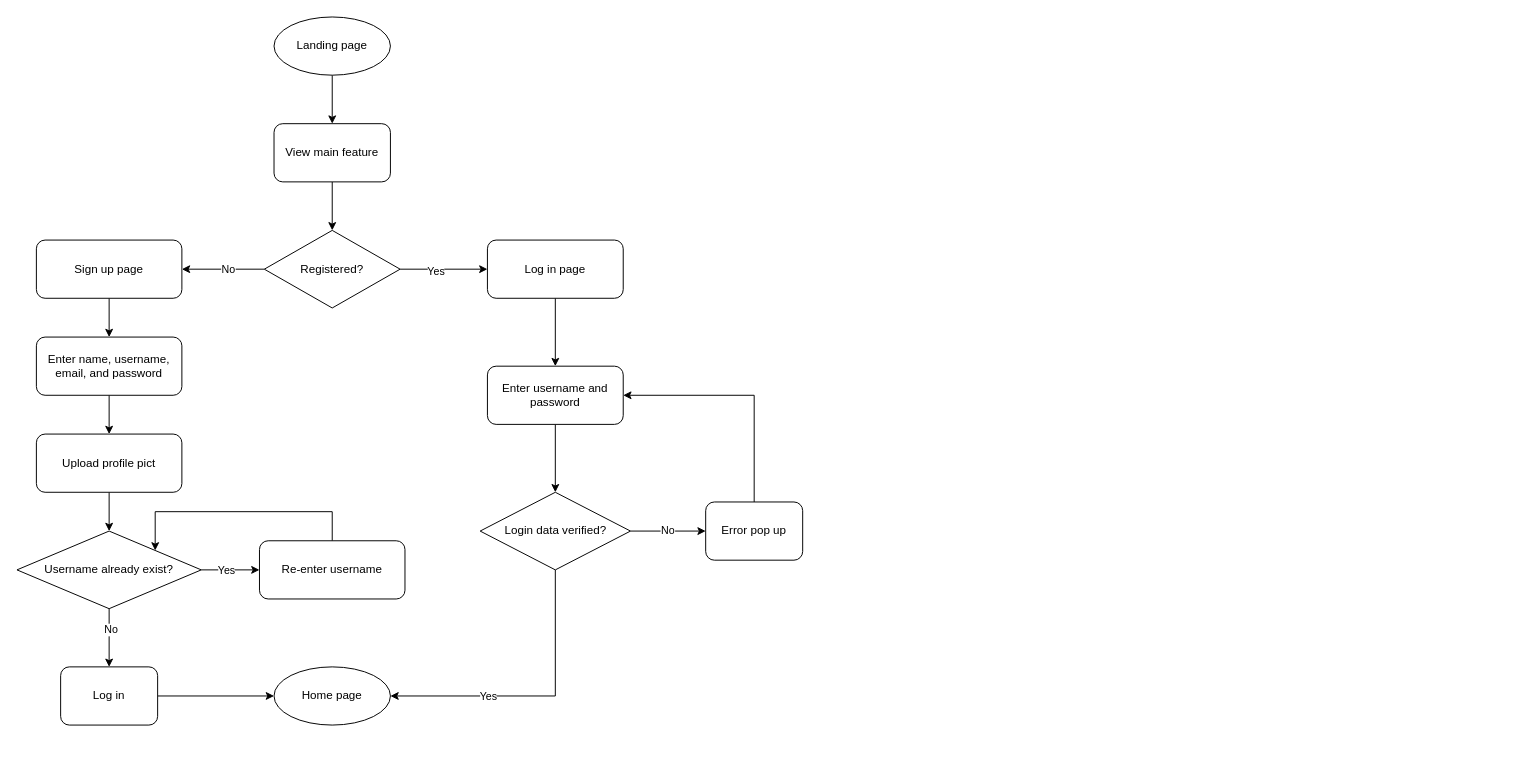
Above: page "User Flow Diagram" (4 of 4) of re-sfx.drawio in hieraar/re-sfx (draw.io), before the change. Source tidied: cells renumbered, new cells numbered last; positions are measured from the earlier drawing's top-left corner, leaving out a move shared by most shapes. Both pictures are drawn from the tidied source at 97%, with x=0, y=0 at pixel (16, 16).
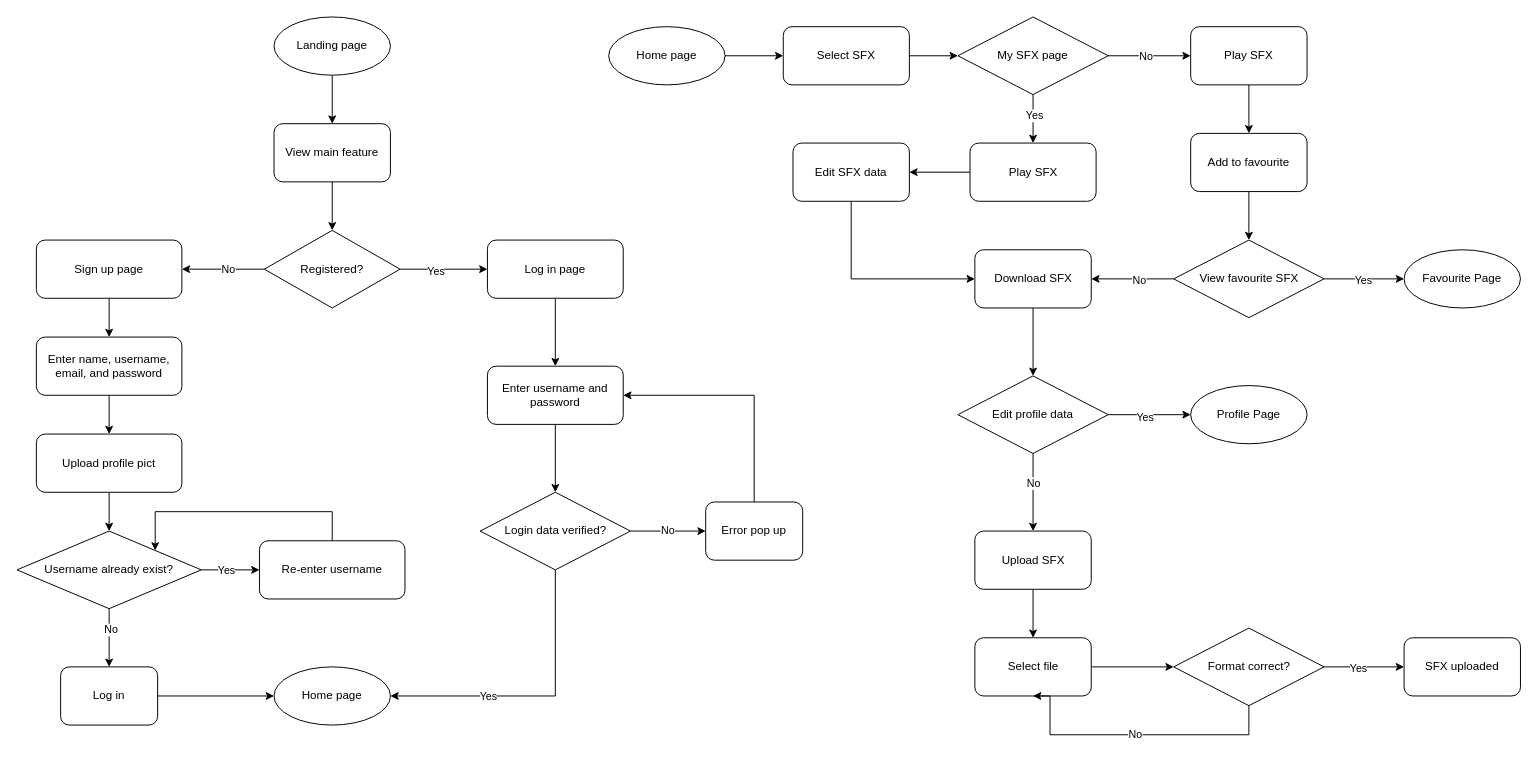
The same diagram, later.

Change to the diagram source:
```diff
@@
+    <mxCell id="38" style="edgeStyle=orthogonalEdgeStyle;rounded=0;jettySize=auto;html=1;entryX=0.5;entryY=0;entryDx=0;entryDy=0;" parent="1" edge="1" source="39" target="44">
+      <mxGeometry relative="1" as="geometry">
+        <Array as="points">
+          <mxPoint x="1270" y="110" />
+          <mxPoint x="1270" y="110" />
+        </Array>
+      </mxGeometry>
+    </mxCell>
+    <mxCell id="39" value="Play SFX" style="rounded=1;whiteSpace=wrap;html=1;" parent="1" vertex="1">
+      <mxGeometry x="1210" y="10" width="120" height="60" as="geometry" />
+    </mxCell>
+    <mxCell id="40" style="edgeStyle=orthogonalEdgeStyle;rounded=0;jettySize=auto;html=1;" parent="1" edge="1" source="74" target="39">
+      <mxGeometry relative="1" as="geometry" />
+    </mxCell>
+    <mxCell id="41" value="No" style="edgeLabel;html=1;align=center;verticalAlign=middle;" parent="40" vertex="1">
+      <mxGeometry x="-0.11" y="1" relative="1" as="geometry">
+        <mxPoint y="1" as="offset" />
+      </mxGeometry>
+    </mxCell>
+    <mxCell id="42" value="Select SFX" style="rounded=1;whiteSpace=wrap;html=1;" parent="1" vertex="1">
+      <mxGeometry x="790" y="10" width="130" height="60" as="geometry" />
+    </mxCell>
+    <mxCell id="43" style="edgeStyle=orthogonalEdgeStyle;rounded=0;jettySize=auto;html=1;entryX=0.5;entryY=0;entryDx=0;entryDy=0;" parent="1" edge="1" source="44" target="57">
+      <mxGeometry relative="1" as="geometry" />
+    </mxCell>
+    <mxCell id="44" value="Add to favourite" style="rounded=1;whiteSpace=wrap;html=1;" parent="1" vertex="1">
+      <mxGeometry x="1210" y="120" width="120" height="60" as="geometry" />
+    </mxCell>
+    <mxCell id="45" style="edgeStyle=orthogonalEdgeStyle;rounded=0;jettySize=auto;html=1;entryX=0.5;entryY=0;entryDx=0;entryDy=0;" parent="1" edge="1" source="46" target="62">
+      <mxGeometry relative="1" as="geometry" />
+    </mxCell>
+    <mxCell id="46" value="Download SFX" style="rounded=1;whiteSpace=wrap;html=1;" parent="1" vertex="1">
+      <mxGeometry x="987.5" y="240" width="120" height="60" as="geometry" />
+    </mxCell>
+    <mxCell id="47" style="edgeStyle=orthogonalEdgeStyle;rounded=0;jettySize=auto;html=1;entryX=0;entryY=0.5;entryDx=0;entryDy=0;" parent="1" edge="1" source="48" target="42">
+      <mxGeometry relative="1" as="geometry" />
+    </mxCell>
+    <mxCell id="48" value="Home page" style="ellipse;whiteSpace=wrap;html=1;" parent="1" vertex="1">
+      <mxGeometry x="610" y="10" width="120" height="60" as="geometry" />
+    </mxCell>
+    <mxCell id="49" style="edgeStyle=orthogonalEdgeStyle;rounded=0;jettySize=auto;html=1;entryX=0;entryY=0.5;entryDx=0;entryDy=0;exitX=1;exitY=0.5;exitDx=0;exitDy=0;" parent="1" edge="1" source="57" target="53">
+      <mxGeometry relative="1" as="geometry" />
+    </mxCell>
+    <mxCell id="50" value="Yes" style="edgeLabel;html=1;align=center;verticalAlign=middle;" parent="49" vertex="1">
+      <mxGeometry x="-0.04" y="-1" relative="1" as="geometry" />
+    </mxCell>
+    <mxCell id="51" style="edgeStyle=orthogonalEdgeStyle;rounded=0;jettySize=auto;html=1;entryX=0.5;entryY=0;entryDx=0;entryDy=0;" parent="1" edge="1" source="52" target="64">
+      <mxGeometry relative="1" as="geometry" />
+    </mxCell>
+    <mxCell id="52" value="Upload SFX" style="rounded=1;whiteSpace=wrap;html=1;" parent="1" vertex="1">
+      <mxGeometry x="987.5" y="530" width="120" height="60" as="geometry" />
+    </mxCell>
+    <mxCell id="53" value="Favourite Page" style="ellipse;whiteSpace=wrap;html=1;" parent="1" vertex="1">
+      <mxGeometry x="1430" y="240" width="120" height="60" as="geometry" />
+    </mxCell>
+    <mxCell id="54" value="Profile Page" style="ellipse;whiteSpace=wrap;html=1;" parent="1" vertex="1">
+      <mxGeometry x="1210" y="380" width="120" height="60" as="geometry" />
+    </mxCell>
+    <mxCell id="55" style="edgeStyle=orthogonalEdgeStyle;rounded=0;jettySize=auto;html=1;entryX=1;entryY=0.5;entryDx=0;entryDy=0;" parent="1" edge="1" source="57" target="46">
+      <mxGeometry relative="1" as="geometry" />
+    </mxCell>
+    <mxCell id="56" value="No" style="edgeLabel;html=1;align=center;verticalAlign=middle;" parent="55" vertex="1">
+      <mxGeometry x="-0.15" y="1" relative="1" as="geometry" />
+    </mxCell>
+    <mxCell id="57" value="View favourite SFX" style="rhombus;whiteSpace=wrap;html=1;" parent="1" vertex="1">
+      <mxGeometry x="1192.5" y="230" width="155" height="80" as="geometry" />
+    </mxCell>
+    <mxCell id="58" style="edgeStyle=orthogonalEdgeStyle;rounded=0;jettySize=auto;html=1;entryX=0;entryY=0.5;entryDx=0;entryDy=0;" parent="1" edge="1" source="62" target="54">
+      <mxGeometry relative="1" as="geometry" />
+    </mxCell>
+    <mxCell id="59" value="Yes" style="edgeLabel;html=1;align=center;verticalAlign=middle;" parent="58" vertex="1">
+      <mxGeometry x="-0.13" y="-2" relative="1" as="geometry" />
+    </mxCell>
+    <mxCell id="60" style="edgeStyle=orthogonalEdgeStyle;rounded=0;jettySize=auto;html=1;entryX=0.5;entryY=0;entryDx=0;entryDy=0;" parent="1" edge="1" source="62" target="52">
+      <mxGeometry relative="1" as="geometry" />
+    </mxCell>
+    <mxCell id="61" value="No" style="edgeLabel;html=1;align=center;verticalAlign=middle;" parent="60" vertex="1">
+      <mxGeometry x="-0.29" y="-3" relative="1" as="geometry">
+        <mxPoint x="3" y="2" as="offset" />
+      </mxGeometry>
+    </mxCell>
+    <mxCell id="62" value="Edit profile data" style="rhombus;whiteSpace=wrap;html=1;" parent="1" vertex="1">
+      <mxGeometry x="970" y="370" width="155" height="80" as="geometry" />
+    </mxCell>
+    <mxCell id="63" style="edgeStyle=orthogonalEdgeStyle;rounded=0;jettySize=auto;html=1;entryX=0;entryY=0.5;entryDx=0;entryDy=0;" parent="1" edge="1" source="64" target="69">
+      <mxGeometry relative="1" as="geometry" />
+    </mxCell>
+    <mxCell id="64" value="Select file" style="rounded=1;whiteSpace=wrap;html=1;" parent="1" vertex="1">
+      <mxGeometry x="987.5" y="640" width="120" height="60" as="geometry" />
+    </mxCell>
+    <mxCell id="65" style="edgeStyle=orthogonalEdgeStyle;rounded=0;jettySize=auto;html=1;entryX=0.5;entryY=1;entryDx=0;entryDy=0;" parent="1" edge="1" source="69" target="64">
+      <mxGeometry relative="1" as="geometry">
+        <Array as="points">
+          <mxPoint x="1270" y="740" />
+          <mxPoint x="1065" y="740" />
+        </Array>
+      </mxGeometry>
+    </mxCell>
+    <mxCell id="66" value="No" style="edgeLabel;html=1;align=center;verticalAlign=middle;" parent="65" vertex="1">
+      <mxGeometry x="-0.15" y="-1" relative="1" as="geometry">
+        <mxPoint x="-24" as="offset" />
+      </mxGeometry>
+    </mxCell>
+    <mxCell id="67" style="edgeStyle=orthogonalEdgeStyle;rounded=0;jettySize=auto;html=1;entryX=0;entryY=0.5;entryDx=0;entryDy=0;" parent="1" edge="1" source="69" target="70">
+      <mxGeometry relative="1" as="geometry" />
+    </mxCell>
+    <mxCell id="68" value="Yes" style="edgeLabel;html=1;align=center;verticalAlign=middle;" parent="67" vertex="1">
+      <mxGeometry x="-0.14" y="-1" relative="1" as="geometry" />
+    </mxCell>
+    <mxCell id="69" value="Format correct?" style="rhombus;whiteSpace=wrap;html=1;" parent="1" vertex="1">
+      <mxGeometry x="1192.5" y="630" width="155" height="80" as="geometry" />
+    </mxCell>
+    <mxCell id="70" value="SFX uploaded" style="rounded=1;whiteSpace=wrap;html=1;" parent="1" vertex="1">
+      <mxGeometry x="1430" y="640" width="120" height="60" as="geometry" />
+    </mxCell>
+    <mxCell id="71" style="edgeStyle=orthogonalEdgeStyle;rounded=0;jettySize=auto;html=1;" parent="1" edge="1" source="42" target="74">
+      <mxGeometry relative="1" as="geometry" />
+    </mxCell>
+    <mxCell id="72" style="edgeStyle=orthogonalEdgeStyle;rounded=0;jettySize=auto;html=1;entryX=0.5;entryY=0;entryDx=0;entryDy=0;" parent="1" edge="1" source="74" target="76">
+      <mxGeometry relative="1" as="geometry" />
+    </mxCell>
+    <mxCell id="73" value="Yes" style="edgeLabel;html=1;align=center;verticalAlign=middle;" parent="72" vertex="1">
+      <mxGeometry x="-0.16" y="1" relative="1" as="geometry" />
+    </mxCell>
+    <mxCell id="74" value="My SFX page" style="rhombus;whiteSpace=wrap;html=1;" parent="1" vertex="1">
+      <mxGeometry x="970" width="155" height="80" as="geometry" />
+    </mxCell>
+    <mxCell id="75" style="edgeStyle=orthogonalEdgeStyle;rounded=0;jettySize=auto;html=1;entryX=1;entryY=0.5;entryDx=0;entryDy=0;" parent="1" edge="1" source="76" target="78">
+      <mxGeometry relative="1" as="geometry" />
+    </mxCell>
+    <mxCell id="76" value="Play SFX" style="rounded=1;whiteSpace=wrap;html=1;" parent="1" vertex="1">
+      <mxGeometry x="982.5" y="130" width="130" height="60" as="geometry" />
+    </mxCell>
+    <mxCell id="77" style="edgeStyle=orthogonalEdgeStyle;rounded=0;jettySize=auto;html=1;entryX=0;entryY=0.5;entryDx=0;entryDy=0;" parent="1" edge="1" source="78" target="46">
+      <mxGeometry relative="1" as="geometry">
+        <Array as="points">
+          <mxPoint x="860" y="270" />
+        </Array>
+      </mxGeometry>
+    </mxCell>
+    <mxCell id="78" value="Edit SFX data" style="rounded=1;whiteSpace=wrap;html=1;" parent="1" vertex="1">
+      <mxGeometry x="800" y="130" width="120" height="60" as="geometry" />
+    </mxCell>
```
